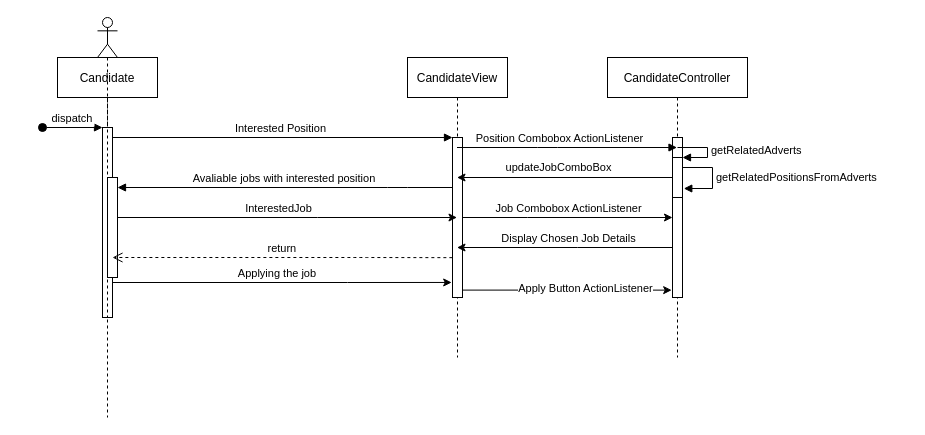
This is Untitled Diagram.drawio from alperenekin/CandidateEvaluationSystem, a draw.io file, before an edit. Source tidied: cells renumbered, new cells numbered last; positions are measured from the earlier drawing's top-left corner, leaving out a move shared by most shapes. Both pictures are drawn from the tidied source at 100%, with x=0, y=0 at pixel (42, 17).
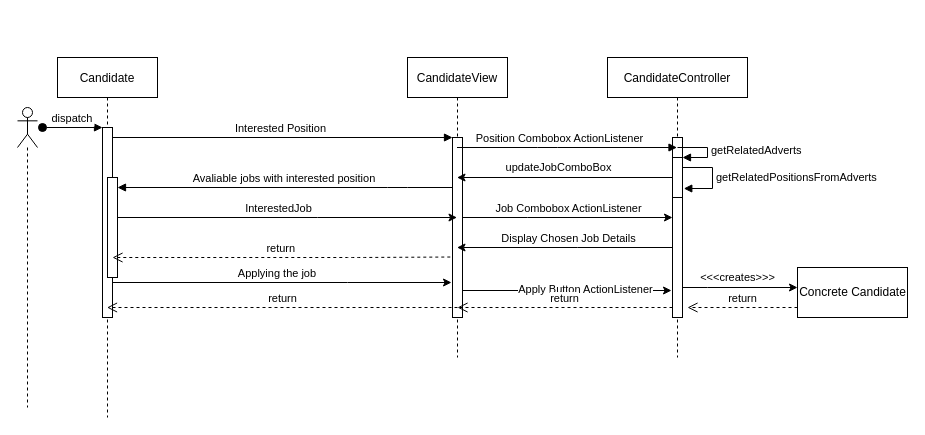
The same page after the edit.

Commit message:
completed signup case

The change refers to these unchanged cells:
```xml
<mxCell id="2" value="Candidate" style="shape=umlLifeline;perimeter=lifelinePerimeter;rounded=0;shadow=0;strokeWidth=1;" parent="1" vertex="1">
  <mxGeometry x="15" y="40" width="100" height="360" as="geometry" />
</mxCell>
<mxCell id="3" style="points=[];perimeter=orthogonalPerimeter;rounded=0;shadow=0;strokeWidth=1;" parent="2" vertex="1">
  <mxGeometry x="45" y="70" width="10" height="190" as="geometry" />
</mxCell>
<mxCell id="6" value="CandidateView" style="shape=umlLifeline;perimeter=lifelinePerimeter;rounded=0;shadow=0;strokeWidth=1;" parent="1" vertex="1">
  <mxGeometry x="365" y="40" width="100" height="300" as="geometry" />
</mxCell>
<mxCell id="11" value="CandidateController" style="shape=umlLifeline;perimeter=lifelinePerimeter;rounded=0;shadow=0;strokeWidth=1;" parent="1" vertex="1">
  <mxGeometry x="565" y="40" width="140" height="300" as="geometry" />
</mxCell>
```

Change to the diagram source:
```diff
@@
     <mxCell id="7" style="points=[];perimeter=orthogonalPerimeter;rounded=0;shadow=0;strokeWidth=1;" parent="6" vertex="1">
-      <mxGeometry x="45" y="80" width="10" height="160" as="geometry" />
+      <mxGeometry x="45" y="80" width="10" height="180" as="geometry" />
     </mxCell>
-    <mxCell id="8" value="return" style="verticalAlign=bottom;endArrow=open;dashed=1;endSize=8;exitX=-0.014;exitY=0.751;shadow=0;strokeWidth=1;exitDx=0;exitDy=0;exitPerimeter=0;" parent="1" edge="1" source="7" target="3">
+    <mxCell id="8" value="return" style="verticalAlign=bottom;endArrow=open;dashed=1;endSize=8;exitX=-0.221;exitY=0.664;shadow=0;strokeWidth=1;exitDx=0;exitDy=0;exitPerimeter=0;" parent="1" edge="1" source="7" target="3">
       <mxGeometry relative="1" as="geometry">
         <Array as="points">
           <mxPoint x="315" y="240" />
         </Array>
       </mxGeometry>
     </mxCell>
@@
     <mxCell id="12" style="points=[];perimeter=orthogonalPerimeter;rounded=0;shadow=0;strokeWidth=1;" parent="11" vertex="1">
-      <mxGeometry x="65" y="80" width="10" height="160" as="geometry" />
+      <mxGeometry x="65" y="80" width="10" height="180" as="geometry" />
     </mxCell>
@@
-    <mxCell id="24" style="edgeStyle=orthogonalEdgeStyle;rounded=0;jettySize=auto;html=1;entryX=-0.083;entryY=0.906;entryDx=0;entryDy=0;entryPerimeter=0;" parent="1" edge="1" source="3" target="7">
+    <mxCell id="24" style="edgeStyle=orthogonalEdgeStyle;rounded=0;jettySize=auto;html=1;" parent="1" edge="1" source="3">
       <mxGeometry relative="1" as="geometry">
+        <mxPoint x="409" y="265" as="targetPoint" />
         <Array as="points">
           <mxPoint x="305" y="265" />
           <mxPoint x="305" y="265" />
         </Array>
       </mxGeometry>
     </mxCell>
@@
     <mxCell id="26" style="shape=umlLifeline;participant=umlActor;perimeter=lifelinePerimeter;whiteSpace=wrap;html=1;verticalAlign=top;spacingTop=36;" parent="1" vertex="1">
-      <mxGeometry x="55" width="20" height="300" as="geometry" />
+      <mxGeometry x="-25" y="90" width="20" height="300" as="geometry" />
     </mxCell>
-    <mxCell id="27" style="edgeStyle=orthogonalEdgeStyle;rounded=0;jettySize=auto;html=1;entryX=-0.083;entryY=0.954;entryDx=0;entryDy=0;entryPerimeter=0;" parent="1" edge="1" source="7" target="12">
+    <mxCell id="27" style="edgeStyle=orthogonalEdgeStyle;rounded=0;jettySize=auto;html=1;" parent="1" edge="1" source="7">
       <mxGeometry relative="1" as="geometry">
+        <mxPoint x="629" y="273" as="targetPoint" />
         <Array as="points">
-          <mxPoint x="525" y="273" />
+          <mxPoint x="629" y="273" />
         </Array>
       </mxGeometry>
     </mxCell>
@@
+    <mxCell id="29" value="&amp;lt;&amp;lt;&amp;lt;creates&amp;gt;&amp;gt;&amp;gt;" style="edgeStyle=orthogonalEdgeStyle;rounded=0;jettySize=auto;html=1;" parent="1" edge="1" source="12">
+      <mxGeometry x="-0.04" y="10" relative="1" as="geometry">
+        <mxPoint x="755" y="270" as="targetPoint" />
+        <Array as="points">
+          <mxPoint x="665" y="270" />
+          <mxPoint x="665" y="270" />
+        </Array>
+      </mxGeometry>
+    </mxCell>
+    <mxCell id="30" value="Concrete Candidate" style="html=1;" parent="1" vertex="1">
+      <mxGeometry x="755" y="250" width="110" height="50" as="geometry" />
+    </mxCell>
+    <mxCell id="31" value="return" style="html=1;verticalAlign=bottom;endArrow=open;dashed=1;endSize=8;" parent="1" edge="1">
+      <mxGeometry relative="1" as="geometry">
+        <mxPoint x="755" y="290" as="sourcePoint" />
+        <mxPoint x="645" y="290" as="targetPoint" />
+      </mxGeometry>
+    </mxCell>
+    <mxCell id="32" value="return" style="html=1;verticalAlign=bottom;endArrow=open;dashed=1;endSize=8;" parent="1" edge="1">
+      <mxGeometry relative="1" as="geometry">
+        <mxPoint x="630" y="290" as="sourcePoint" />
+        <mxPoint x="415" y="290" as="targetPoint" />
+      </mxGeometry>
+    </mxCell>
+    <mxCell id="33" value="return" style="html=1;verticalAlign=bottom;endArrow=open;dashed=1;endSize=8;" parent="1" edge="1" target="2">
+      <mxGeometry relative="1" as="geometry">
+        <mxPoint x="415" y="290" as="sourcePoint" />
+      </mxGeometry>
+    </mxCell>
```
